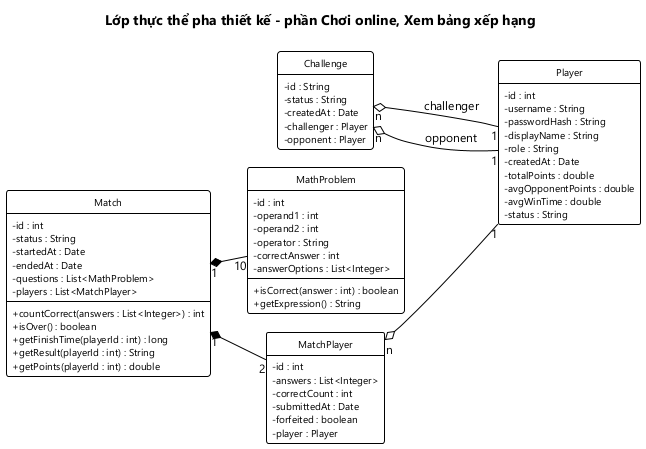
The PlantUML diagram docs/hung/lop-thuc-the-hung.png in HungNguyenBa1811/math-dash, before a commit.
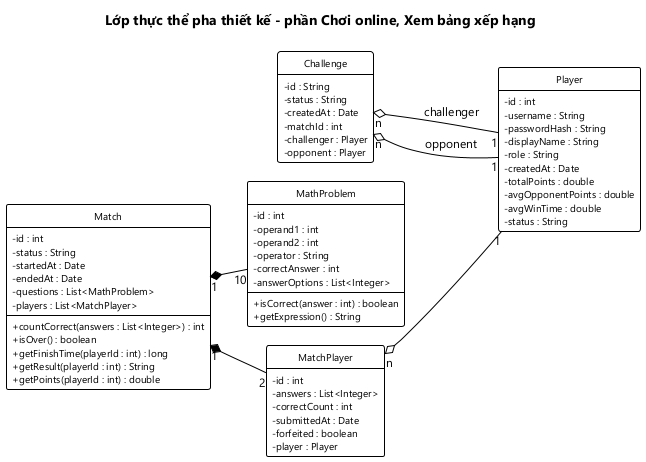
The same diagram one commit later.

Change to the diagram source:
```diff
@@ -45,6 +45,7 @@
   - id : String
   - status : String
   - createdAt : Date
+  - matchId : int
   - challenger : Player
   - opponent : Player
 }
```
